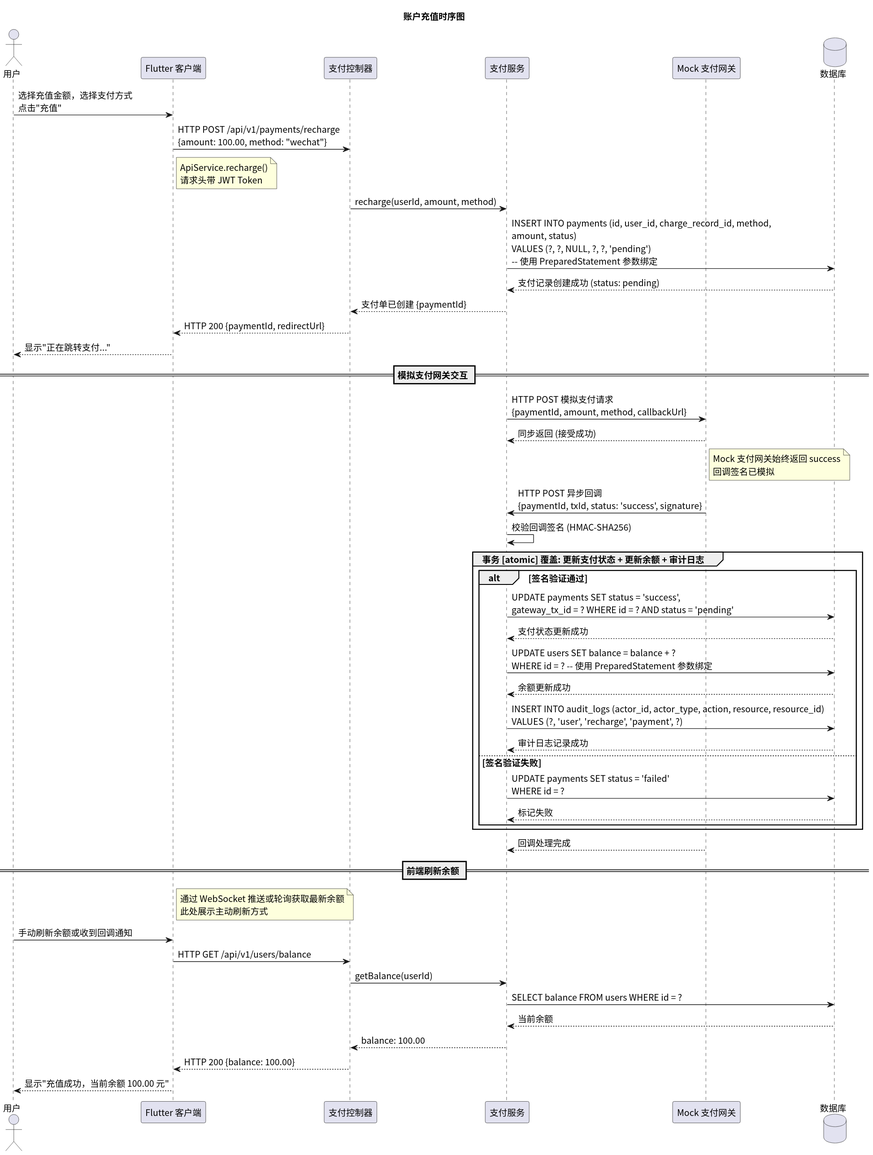
greenhandzdl/charging-station-doc keeps this PlantUML diagram as time/img/sequence_recharge.svg. Above is the earlier version. Source of this version:
```plantuml
@startuml
skinparam defaultFontName "Noto Sans CJK SC"
skinparam defaultFontSize 14
title 账户充值时序图

actor 用户 as U
participant "Flutter 客户端" as FE
participant "支付控制器" as Ctrl
participant "支付服务" as PS
participant "Mock 支付网关" as Gateway
database 数据库 as DB

U -> FE: 选择充值金额，选择支付方式\n点击"充值"
FE -> Ctrl: HTTP POST /api/v1/payments/recharge\n{amount: 100.00, method: "wechat"}
note right FE : ApiService.recharge()\n请求头带 JWT Token

Ctrl -> PS: recharge(userId, amount, method)

PS -> DB: INSERT INTO payments (id, user_id, charge_record_id, method,\namount, status)\nVALUES (?, ?, NULL, ?, ?, 'pending')\n-- 使用 PreparedStatement 参数绑定
DB --> PS: 支付记录创建成功 (status: pending)

PS --> Ctrl: 支付单已创建 {paymentId}
Ctrl --> FE: HTTP 200 {paymentId, redirectUrl}
FE --> U: 显示"正在跳转支付..."

== 模拟支付网关交互 ==
PS -> Gateway: HTTP POST 模拟支付请求\n{paymentId, amount, method, callbackUrl}
Gateway --> PS: 同步返回 (接受成功)

note right Gateway : Mock 支付网关始终返回 success\n回调签名已模拟

Gateway -> PS: HTTP POST 异步回调\n{paymentId, txId, status: 'success', signature}

PS -> PS: 校验回调签名 (HMAC-SHA256)

group 事务 [atomic] 覆盖: 更新支付状态 + 更新余额 + 审计日志
  alt 签名验证通过
    PS -> DB: UPDATE payments SET status = 'success',\ngateway_tx_id = ? WHERE id = ? AND status = 'pending'
    DB --> PS: 支付状态更新成功

    PS -> DB: UPDATE users SET balance = balance + ?\nWHERE id = ? -- 使用 PreparedStatement 参数绑定
    DB --> PS: 余额更新成功

    PS -> DB: INSERT INTO audit_logs (actor_id, actor_type, action, resource, resource_id)\nVALUES (?, 'user', 'recharge', 'payment', ?)
    DB --> PS: 审计日志记录成功
  else 签名验证失败
    PS -> DB: UPDATE payments SET status = 'failed'\nWHERE id = ?
    DB --> PS: 标记失败
  end
end

Gateway --> PS: 回调处理完成

== 前端刷新余额 ==
note right FE : 通过 WebSocket 推送或轮询获取最新余额\n此处展示主动刷新方式

U -> FE: 手动刷新余额或收到回调通知
FE -> Ctrl: HTTP GET /api/v1/users/balance
Ctrl -> PS: getBalance(userId)
PS -> DB: SELECT balance FROM users WHERE id = ?
DB --> PS: 当前余额
PS --> Ctrl: balance: 100.00
Ctrl --> FE: HTTP 200 {balance: 100.00}
FE --> U: 显示"充值成功，当前余额 100.00 元"
@enduml
```
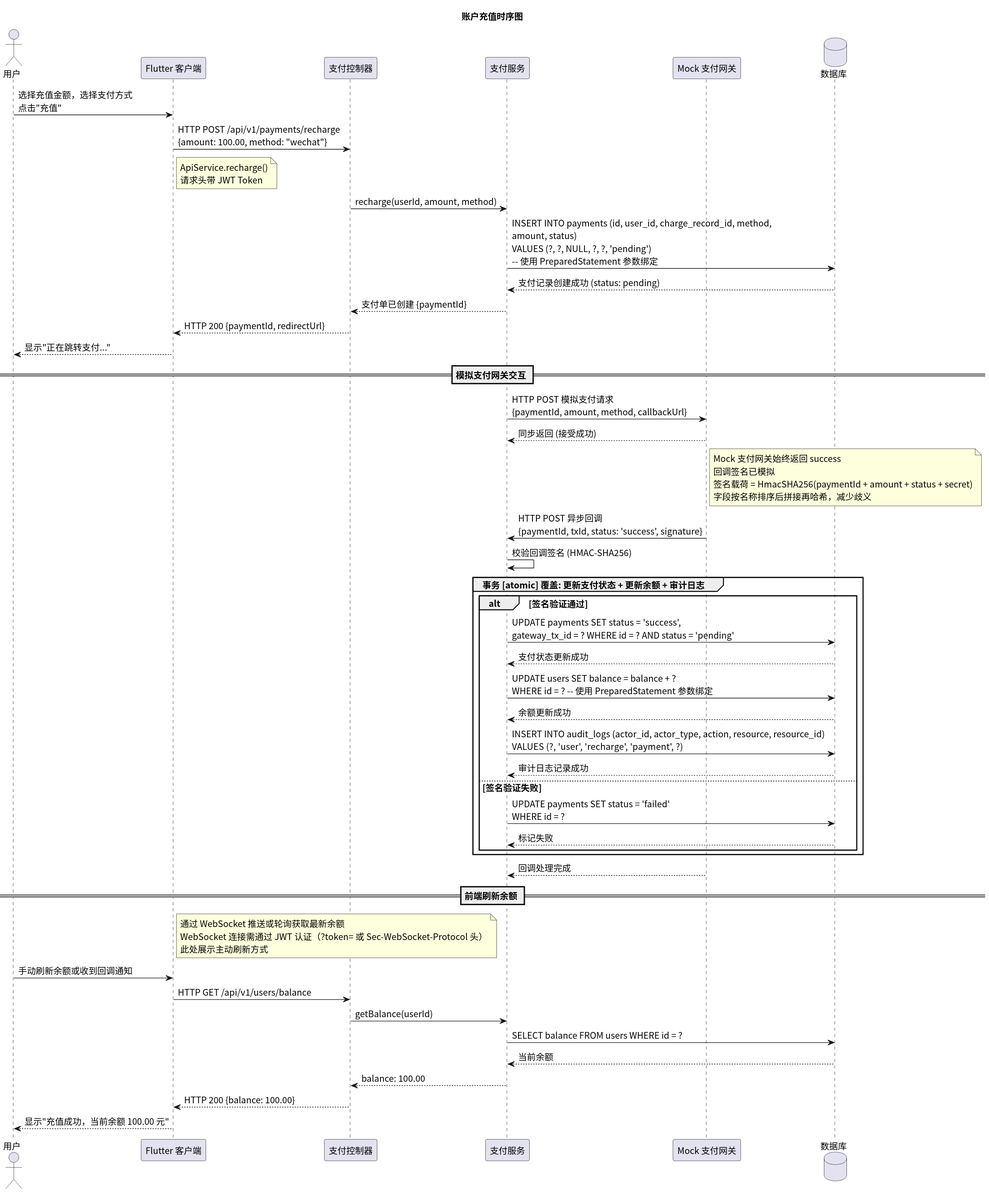
After the change.

What changed in the source:
```diff
@@ -27,7 +27,7 @@
 PS -> Gateway: HTTP POST 模拟支付请求\n{paymentId, amount, method, callbackUrl}
 Gateway --> PS: 同步返回 (接受成功)
 
-note right Gateway : Mock 支付网关始终返回 success\n回调签名已模拟
+note right Gateway : Mock 支付网关始终返回 success\n回调签名已模拟\n签名载荷 = HmacSHA256(paymentId + amount + status + secret)\n字段按名称排序后拼接再哈希，减少歧义
 
 Gateway -> PS: HTTP POST 异步回调\n{paymentId, txId, status: 'success', signature}
 
@@ -52,7 +52,7 @@
 Gateway --> PS: 回调处理完成
 
 == 前端刷新余额 ==
-note right FE : 通过 WebSocket 推送或轮询获取最新余额\n此处展示主动刷新方式
+note right FE : 通过 WebSocket 推送或轮询获取最新余额\nWebSocket 连接需通过 JWT 认证（?token= 或 Sec-WebSocket-Protocol 头）\n此处展示主动刷新方式
 
 U -> FE: 手动刷新余额或收到回调通知
 FE -> Ctrl: HTTP GET /api/v1/users/balance
```
